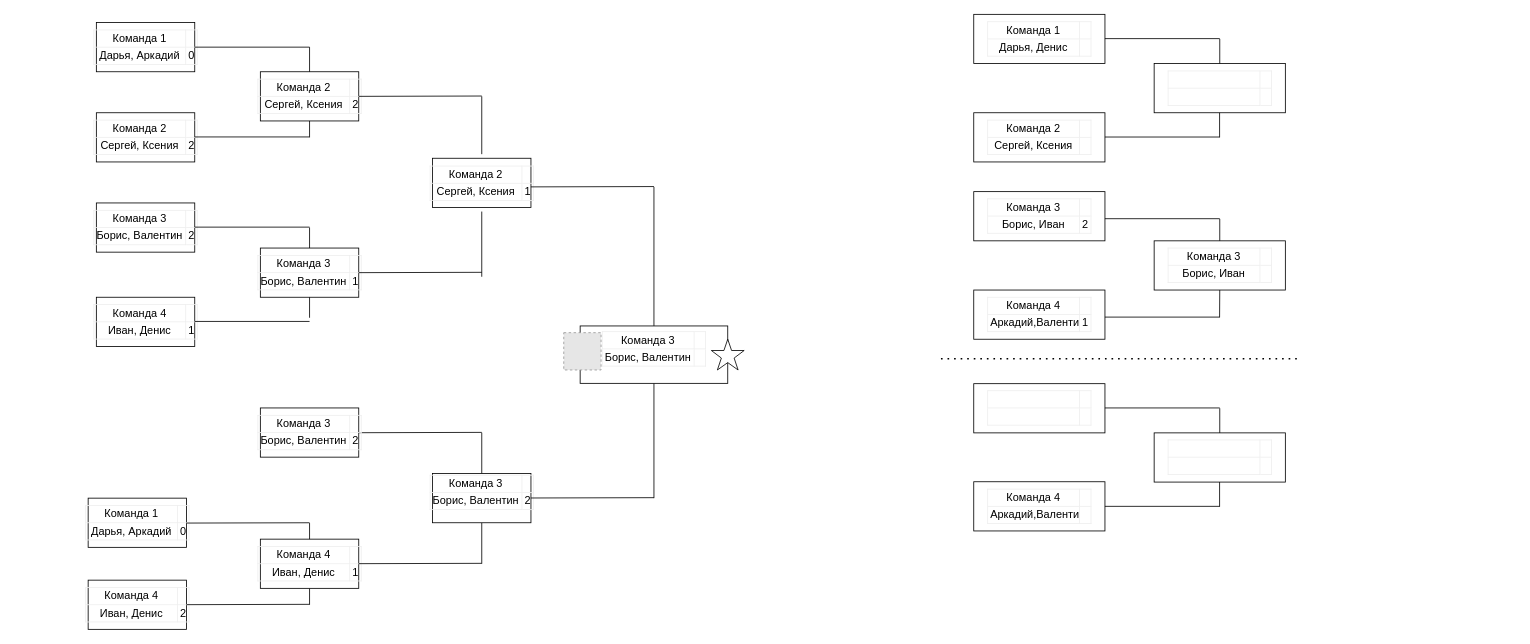
The draw.io diagram Диаграмма без названия.drawio in ispite/setka, before the edit. Source tidied: cells renumbered, new cells numbered last; positions are measured from the earlier drawing's top-left corner, leaving out a move shared by most shapes. Both pictures are drawn from the tidied source at 82%, with x=0, y=0 at pixel (14, 14). Pictures stored in the file or linked from it are replaced by grey dashed boxes.
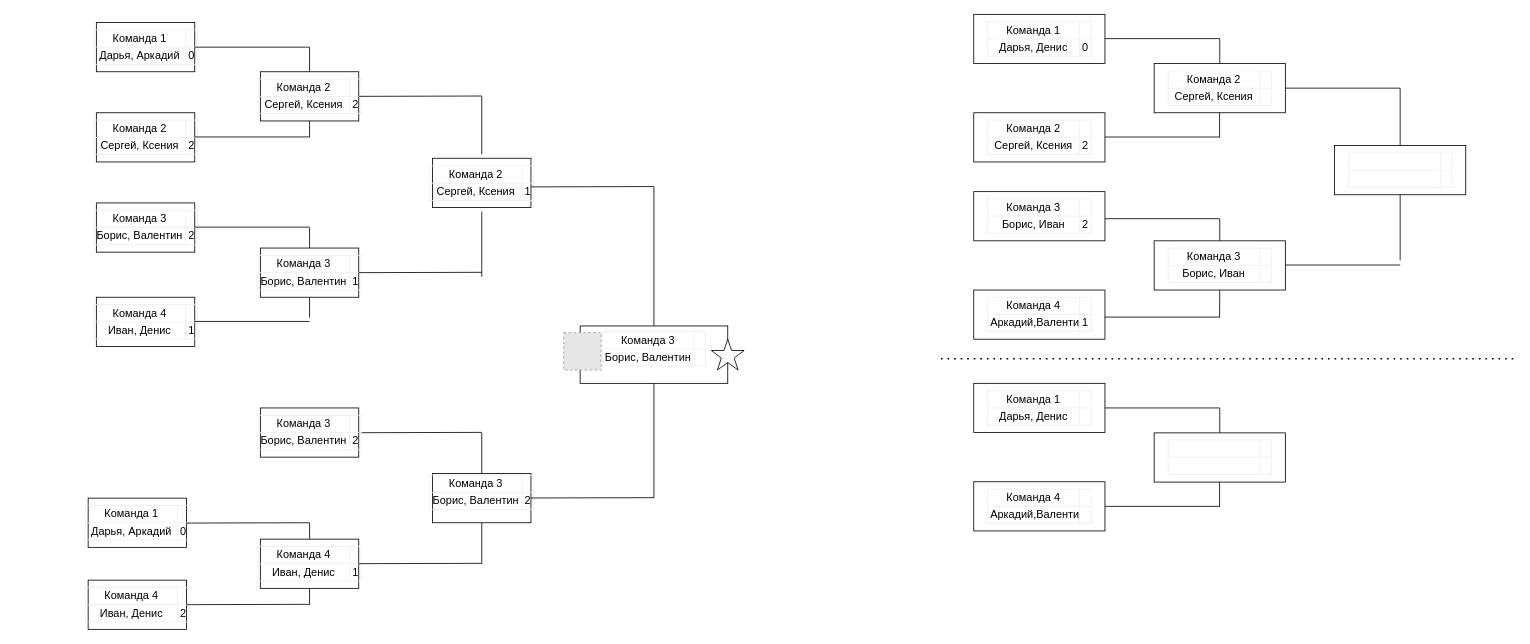
After the change.

Diff of the diagram source:
```diff
@@
-    <mxCell id="46" value="&lt;table style=&quot;table-layout: fixed ; font-size: 10pt ; font-family: &amp;#34;arial&amp;#34; ; width: 0px ; border-collapse: collapse ; border: none&quot; dir=&quot;ltr&quot; cellspacing=&quot;0&quot; cellpadding=&quot;0&quot; border=&quot;1&quot;&gt;&lt;colgroup&gt;&lt;col width=&quot;112&quot;&gt;&lt;col width=&quot;14&quot;&gt;&lt;/colgroup&gt;&lt;tbody&gt;&lt;tr style=&quot;height: 21px&quot;&gt;&lt;td style=&quot;overflow: hidden ; padding: 2px 3px 2px 3px ; vertical-align: bottom&quot;&gt;Команда 1&lt;/td&gt;&lt;td style=&quot;overflow: hidden ; padding: 2px 3px 2px 3px ; vertical-align: bottom&quot;&gt;&lt;br&gt;&lt;/td&gt;&lt;/tr&gt;&lt;tr style=&quot;height: 21px&quot;&gt;&lt;td style=&quot;overflow: hidden ; padding: 2px 3px 2px 3px ; vertical-align: bottom&quot;&gt;Дарья, Денис&lt;br&gt;&lt;/td&gt;&lt;td style=&quot;overflow: hidden ; padding: 2px 3px 2px 3px ; vertical-align: bottom ; text-align: right&quot;&gt;&lt;br&gt;&lt;/td&gt;&lt;/tr&gt;&lt;/tbody&gt;&lt;/table&gt;" style="rounded=0;whiteSpace=wrap;html=1;" parent="1" vertex="1">
+    <mxCell id="46" value="&lt;table style=&quot;table-layout: fixed ; font-size: 10pt ; font-family: &amp;quot;arial&amp;quot; ; width: 0px ; border-collapse: collapse ; border: none&quot; dir=&quot;ltr&quot; cellspacing=&quot;0&quot; cellpadding=&quot;0&quot; border=&quot;1&quot;&gt;&lt;colgroup&gt;&lt;col width=&quot;112&quot;&gt;&lt;col width=&quot;14&quot;&gt;&lt;/colgroup&gt;&lt;tbody&gt;&lt;tr style=&quot;height: 21px&quot;&gt;&lt;td style=&quot;overflow: hidden ; padding: 2px 3px 2px 3px ; vertical-align: bottom&quot;&gt;Команда 1&lt;/td&gt;&lt;td style=&quot;overflow: hidden ; padding: 2px 3px 2px 3px ; vertical-align: bottom&quot;&gt;&lt;br&gt;&lt;/td&gt;&lt;/tr&gt;&lt;tr style=&quot;height: 21px&quot;&gt;&lt;td style=&quot;overflow: hidden ; padding: 2px 3px 2px 3px ; vertical-align: bottom&quot;&gt;Дарья, Денис&lt;br&gt;&lt;/td&gt;&lt;td style=&quot;overflow: hidden ; padding: 2px 3px 2px 3px ; vertical-align: bottom ; text-align: right&quot;&gt;0&lt;br&gt;&lt;/td&gt;&lt;/tr&gt;&lt;/tbody&gt;&lt;/table&gt;" style="rounded=0;whiteSpace=wrap;html=1;" parent="1" vertex="1">
       <mxGeometry x="1170" width="160" height="60" as="geometry" />
     </mxCell>
-    <mxCell id="47" value="&lt;table style=&quot;table-layout: fixed ; font-size: 10pt ; font-family: &amp;#34;arial&amp;#34; ; width: 0px ; border-collapse: collapse ; border: none&quot; dir=&quot;ltr&quot; cellspacing=&quot;0&quot; cellpadding=&quot;0&quot; border=&quot;1&quot;&gt;&lt;colgroup&gt;&lt;col width=&quot;112&quot;&gt;&lt;col width=&quot;14&quot;&gt;&lt;/colgroup&gt;&lt;tbody&gt;&lt;tr style=&quot;height: 21px&quot;&gt;&lt;td style=&quot;overflow: hidden ; padding: 2px 3px 2px 3px ; vertical-align: bottom&quot;&gt;Команда 2&lt;/td&gt;&lt;td style=&quot;overflow: hidden ; padding: 2px 3px 2px 3px ; vertical-align: bottom&quot;&gt;&lt;br&gt;&lt;/td&gt;&lt;/tr&gt;&lt;tr style=&quot;height: 21px&quot;&gt;&lt;td style=&quot;overflow: hidden ; padding: 2px 3px 2px 3px ; vertical-align: bottom&quot;&gt;Сергей, Ксения&lt;/td&gt;&lt;td style=&quot;overflow: hidden ; padding: 2px 3px 2px 3px ; vertical-align: bottom ; text-align: right&quot;&gt;&lt;br&gt;&lt;/td&gt;&lt;/tr&gt;&lt;/tbody&gt;&lt;/table&gt;" style="rounded=0;whiteSpace=wrap;html=1;" parent="1" vertex="1">
+    <mxCell id="47" value="&lt;table style=&quot;table-layout: fixed ; font-size: 10pt ; font-family: &amp;quot;arial&amp;quot; ; width: 0px ; border-collapse: collapse ; border: none&quot; dir=&quot;ltr&quot; cellspacing=&quot;0&quot; cellpadding=&quot;0&quot; border=&quot;1&quot;&gt;&lt;colgroup&gt;&lt;col width=&quot;112&quot;&gt;&lt;col width=&quot;14&quot;&gt;&lt;/colgroup&gt;&lt;tbody&gt;&lt;tr style=&quot;height: 21px&quot;&gt;&lt;td style=&quot;overflow: hidden ; padding: 2px 3px 2px 3px ; vertical-align: bottom&quot;&gt;Команда 2&lt;/td&gt;&lt;td style=&quot;overflow: hidden ; padding: 2px 3px 2px 3px ; vertical-align: bottom&quot;&gt;&lt;br&gt;&lt;/td&gt;&lt;/tr&gt;&lt;tr style=&quot;height: 21px&quot;&gt;&lt;td style=&quot;overflow: hidden ; padding: 2px 3px 2px 3px ; vertical-align: bottom&quot;&gt;Сергей, Ксения&lt;/td&gt;&lt;td style=&quot;overflow: hidden ; padding: 2px 3px 2px 3px ; vertical-align: bottom ; text-align: right&quot;&gt;2&lt;br&gt;&lt;/td&gt;&lt;/tr&gt;&lt;/tbody&gt;&lt;/table&gt;" style="rounded=0;whiteSpace=wrap;html=1;" parent="1" vertex="1">
       <mxGeometry x="1170" y="120" width="160" height="60" as="geometry" />
     </mxCell>
@@
-    <mxCell id="52" value="&lt;table style=&quot;table-layout: fixed ; font-size: 10pt ; font-family: &amp;#34;arial&amp;#34; ; width: 0px ; border-collapse: collapse ; border: none&quot; dir=&quot;ltr&quot; cellspacing=&quot;0&quot; cellpadding=&quot;0&quot; border=&quot;1&quot;&gt;&lt;colgroup&gt;&lt;col width=&quot;112&quot;&gt;&lt;col width=&quot;14&quot;&gt;&lt;/colgroup&gt;&lt;tbody&gt;&lt;tr style=&quot;height: 21px&quot;&gt;&lt;td style=&quot;overflow: hidden ; padding: 2px 3px 2px 3px ; vertical-align: bottom&quot;&gt;&lt;br&gt;&lt;/td&gt;&lt;td style=&quot;overflow: hidden ; padding: 2px 3px 2px 3px ; vertical-align: bottom&quot;&gt;&lt;br&gt;&lt;/td&gt;&lt;/tr&gt;&lt;tr style=&quot;height: 21px&quot;&gt;&lt;td style=&quot;overflow: hidden ; padding: 2px 3px 2px 3px ; vertical-align: bottom&quot;&gt;&lt;br&gt;&lt;/td&gt;&lt;td style=&quot;overflow: hidden ; padding: 2px 3px 2px 3px ; vertical-align: bottom ; text-align: right&quot;&gt;&lt;br&gt;&lt;/td&gt;&lt;/tr&gt;&lt;/tbody&gt;&lt;/table&gt;" style="rounded=0;whiteSpace=wrap;html=1;" parent="1" vertex="1">
-      <mxGeometry x="1390" y="60" width="160" height="60" as="geometry" />
-    </mxCell>
-    <mxCell id="53" style="endArrow=none;html=1;rounded=0;exitX=0.5;exitY=0;exitDx=0;exitDy=0;" parent="1" edge="1" source="52">
+    <mxCell id="53" style="endArrow=none;html=1;rounded=0;exitX=0.5;exitY=0;exitDx=0;exitDy=0;" parent="1" edge="1">
       <mxGeometry relative="1" as="geometry">
+        <mxPoint x="1470" y="60" as="sourcePoint" />
         <mxPoint x="1470" y="30" as="targetPoint" />
       </mxGeometry>
     </mxCell>
@@
-    <mxCell id="61" value="&lt;table style=&quot;table-layout: fixed ; font-size: 10pt ; font-family: &amp;#34;arial&amp;#34; ; width: 0px ; border-collapse: collapse ; border: none&quot; dir=&quot;ltr&quot; cellspacing=&quot;0&quot; cellpadding=&quot;0&quot; border=&quot;1&quot;&gt;&lt;colgroup&gt;&lt;col width=&quot;112&quot;&gt;&lt;col width=&quot;14&quot;&gt;&lt;/colgroup&gt;&lt;tbody&gt;&lt;tr style=&quot;height: 21px&quot;&gt;&lt;td style=&quot;overflow: hidden ; padding: 2px 3px 2px 3px ; vertical-align: bottom&quot;&gt;&lt;br&gt;&lt;/td&gt;&lt;td style=&quot;overflow: hidden ; padding: 2px 3px 2px 3px ; vertical-align: bottom&quot;&gt;&lt;br&gt;&lt;/td&gt;&lt;/tr&gt;&lt;tr style=&quot;height: 21px&quot;&gt;&lt;td style=&quot;overflow: hidden ; padding: 2px 3px 2px 3px ; vertical-align: bottom&quot;&gt;&lt;br&gt;&lt;/td&gt;&lt;td style=&quot;overflow: hidden ; padding: 2px 3px 2px 3px ; vertical-align: bottom ; text-align: right&quot;&gt;&lt;br&gt;&lt;/td&gt;&lt;/tr&gt;&lt;/tbody&gt;&lt;/table&gt;" style="rounded=0;whiteSpace=wrap;html=1;" parent="1" vertex="1">
-      <mxGeometry x="1170" y="450.4" width="160" height="60" as="geometry" />
-    </mxCell>
@@
     <mxCell id="67" style="endArrow=none;dashed=1;html=1;dashPattern=1 3;strokeWidth=2;rounded=0;" parent="1" edge="1">
       <mxGeometry relative="1" as="geometry">
         <mxPoint x="1130" y="420" as="sourcePoint" />
-        <mxPoint x="1570" y="420" as="targetPoint" />
+        <mxPoint x="1830" y="420" as="targetPoint" />
       </mxGeometry>
     </mxCell>
+    <mxCell id="68" value="&lt;table style=&quot;table-layout: fixed ; font-size: 10pt ; font-family: &amp;quot;arial&amp;quot; ; width: 0px ; border-collapse: collapse ; border: none&quot; dir=&quot;ltr&quot; cellspacing=&quot;0&quot; cellpadding=&quot;0&quot; border=&quot;1&quot;&gt;&lt;colgroup&gt;&lt;col width=&quot;112&quot;&gt;&lt;col width=&quot;14&quot;&gt;&lt;/colgroup&gt;&lt;tbody&gt;&lt;tr style=&quot;height: 21px&quot;&gt;&lt;td style=&quot;overflow: hidden ; padding: 2px 3px 2px 3px ; vertical-align: bottom&quot;&gt;Команда 2&lt;/td&gt;&lt;td style=&quot;overflow: hidden ; padding: 2px 3px 2px 3px ; vertical-align: bottom&quot;&gt;&lt;br&gt;&lt;/td&gt;&lt;/tr&gt;&lt;tr style=&quot;height: 21px&quot;&gt;&lt;td style=&quot;overflow: hidden ; padding: 2px 3px 2px 3px ; vertical-align: bottom&quot;&gt;Сергей, Ксения&lt;/td&gt;&lt;td style=&quot;overflow: hidden ; padding: 2px 3px 2px 3px ; vertical-align: bottom ; text-align: right&quot;&gt;&lt;br&gt;&lt;/td&gt;&lt;/tr&gt;&lt;/tbody&gt;&lt;/table&gt;" style="rounded=0;whiteSpace=wrap;html=1;" parent="1" vertex="1">
+      <mxGeometry x="1390" y="60" width="160" height="60" as="geometry" />
+    </mxCell>
+    <mxCell id="69" value="&lt;table style=&quot;table-layout: fixed ; font-size: 10pt ; font-family: &amp;quot;arial&amp;quot; ; width: 0px ; border-collapse: collapse ; border: none&quot; dir=&quot;ltr&quot; cellspacing=&quot;0&quot; cellpadding=&quot;0&quot; border=&quot;1&quot;&gt;&lt;colgroup&gt;&lt;col width=&quot;112&quot;&gt;&lt;col width=&quot;14&quot;&gt;&lt;/colgroup&gt;&lt;tbody&gt;&lt;tr style=&quot;height: 21px&quot;&gt;&lt;td style=&quot;overflow: hidden ; padding: 2px 3px 2px 3px ; vertical-align: bottom&quot;&gt;Команда 1&lt;/td&gt;&lt;td style=&quot;overflow: hidden ; padding: 2px 3px 2px 3px ; vertical-align: bottom&quot;&gt;&lt;br&gt;&lt;/td&gt;&lt;/tr&gt;&lt;tr style=&quot;height: 21px&quot;&gt;&lt;td style=&quot;overflow: hidden ; padding: 2px 3px 2px 3px ; vertical-align: bottom&quot;&gt;Дарья, Денис&lt;br&gt;&lt;/td&gt;&lt;td style=&quot;overflow: hidden ; padding: 2px 3px 2px 3px ; vertical-align: bottom ; text-align: right&quot;&gt;&lt;br&gt;&lt;/td&gt;&lt;/tr&gt;&lt;/tbody&gt;&lt;/table&gt;" style="rounded=0;whiteSpace=wrap;html=1;" parent="1" vertex="1">
+      <mxGeometry x="1170" y="450" width="160" height="60" as="geometry" />
+    </mxCell>
+    <mxCell id="70" style="endArrow=none;html=1;rounded=0;exitX=1;exitY=0.5;exitDx=0;exitDy=0;" parent="1" edge="1">
+      <mxGeometry relative="1" as="geometry">
+        <mxPoint x="1550" y="90" as="sourcePoint" />
+        <mxPoint x="1690" y="90" as="targetPoint" />
+      </mxGeometry>
+    </mxCell>
+    <mxCell id="71" style="endArrow=none;html=1;rounded=0;exitX=1;exitY=0.5;exitDx=0;exitDy=0;" parent="1" edge="1">
+      <mxGeometry relative="1" as="geometry">
+        <mxPoint x="1550" y="305.7" as="sourcePoint" />
+        <mxPoint x="1690" y="305.7" as="targetPoint" />
+      </mxGeometry>
+    </mxCell>
+    <mxCell id="72" style="endArrow=none;html=1;rounded=0;exitX=0.5;exitY=0;exitDx=0;exitDy=0;" parent="1" edge="1" source="74">
+      <mxGeometry relative="1" as="geometry">
+        <mxPoint x="1690" y="90.4" as="targetPoint" />
+      </mxGeometry>
+    </mxCell>
+    <mxCell id="73" style="endArrow=none;html=1;rounded=0;entryX=0.5;entryY=1;entryDx=0;entryDy=0;" parent="1" edge="1" target="74">
+      <mxGeometry relative="1" as="geometry">
+        <mxPoint x="1690" y="300" as="sourcePoint" />
+      </mxGeometry>
+    </mxCell>
+    <mxCell id="74" value="&lt;table style=&quot;table-layout: fixed ; font-size: 10pt ; font-family: &amp;quot;arial&amp;quot; ; width: 0px ; border-collapse: collapse ; border: none&quot; dir=&quot;ltr&quot; cellspacing=&quot;0&quot; cellpadding=&quot;0&quot; border=&quot;1&quot;&gt;&lt;colgroup&gt;&lt;col width=&quot;112&quot;&gt;&lt;col width=&quot;14&quot;&gt;&lt;/colgroup&gt;&lt;tbody&gt;&lt;tr style=&quot;height: 21px&quot;&gt;&lt;td style=&quot;overflow: hidden ; padding: 2px 3px 2px 3px ; vertical-align: bottom&quot;&gt;&lt;br&gt;&lt;/td&gt;&lt;td style=&quot;overflow: hidden ; padding: 2px 3px 2px 3px ; vertical-align: bottom&quot;&gt;&lt;br&gt;&lt;/td&gt;&lt;/tr&gt;&lt;tr style=&quot;height: 21px&quot;&gt;&lt;td style=&quot;overflow: hidden ; padding: 2px 3px 2px 3px ; vertical-align: bottom&quot;&gt;&lt;br&gt;&lt;/td&gt;&lt;td style=&quot;overflow: hidden ; padding: 2px 3px 2px 3px ; vertical-align: bottom ; text-align: right&quot;&gt;&lt;br&gt;&lt;/td&gt;&lt;/tr&gt;&lt;/tbody&gt;&lt;/table&gt;" style="rounded=0;whiteSpace=wrap;html=1;" parent="1" vertex="1">
+      <mxGeometry x="1610" y="160" width="160" height="60" as="geometry" />
+    </mxCell>
```
